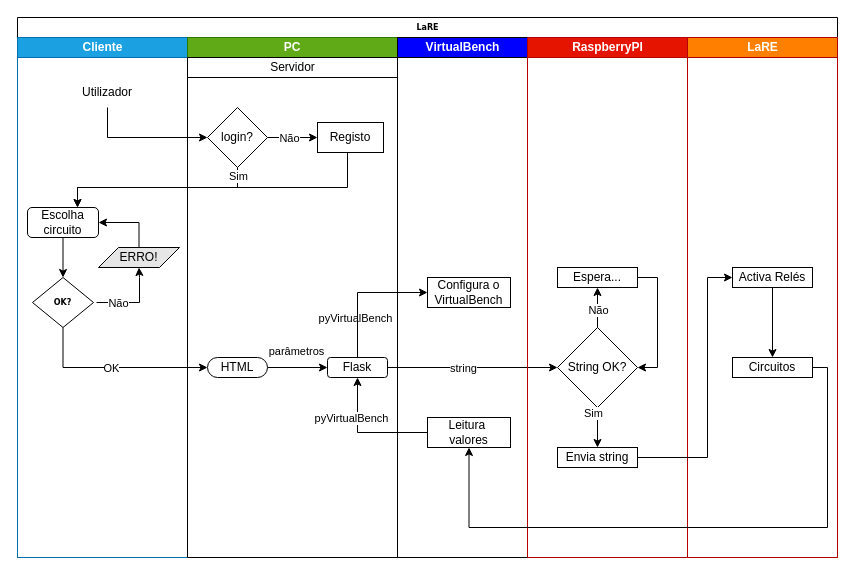
eddygrinder/LaRE keeps this draw.io diagram as diagramas/Diagrama_SOFTWARE.drawio. Above is the earlier version. Source tidied: cells renumbered, new cells numbered last; positions are measured from the earlier drawing's top-left corner, leaving out a move shared by most shapes. Both pictures are drawn from the tidied source at 100%, with x=0, y=0 at pixel (17, 17).
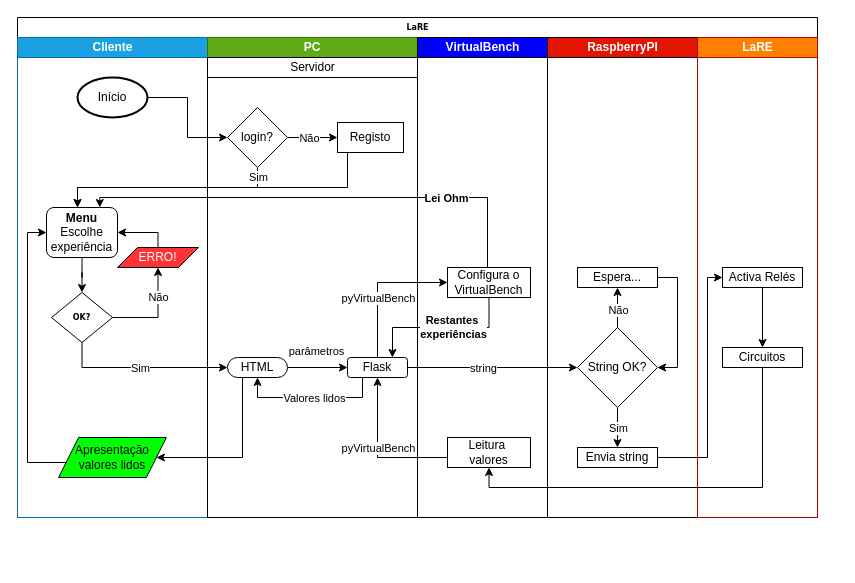
The same diagram, later.

Unchanged cells that the change refers to:
```xml
<mxCell id="18" value="login?" style="rhombus;whiteSpace=wrap;html=1;" parent="15" vertex="1">
  <mxGeometry x="20" y="50" width="60" height="60" as="geometry" />
</mxCell>
<mxCell id="22" value="HTML" style="rounded=1;whiteSpace=wrap;html=1;arcSize=50;" parent="15" vertex="1">
  <mxGeometry x="20" y="300" width="60" height="20" as="geometry" />
</mxCell>
<mxCell id="23" value="Flask" style="rounded=1;whiteSpace=wrap;html=1;" parent="15" vertex="1">
  <mxGeometry x="140" y="300" width="60" height="20" as="geometry" />
</mxCell>
<mxCell id="40" style="edgeStyle=orthogonalEdgeStyle;rounded=0;jettySize=auto;html=1;entryX=0.5;entryY=0;entryDx=0;entryDy=0;exitX=0.5;exitY=1;exitDx=0;exitDy=0;" parent="33" edge="1" source="36" target="39">
  <mxGeometry relative="1" as="geometry" />
</mxCell>
```

What changed in the source:
```diff
@@
     <mxCell id="2" value="LaRE" style="swimlane;html=1;startSize=20;rounded=0;shadow=0;labelBackgroundColor=none;strokeWidth=1;fontFamily=Verdana;fontSize=8;align=center;glass=0;" parent="1" vertex="1">
-      <mxGeometry width="820" height="540" as="geometry" />
+      <mxGeometry width="800" height="500" as="geometry" />
     </mxCell>
     <mxCell id="3" value="Cliente" style="swimlane;html=1;startSize=20;fillColor=#1ba1e2;fontColor=#ffffff;strokeColor=#006EAF;" parent="2" vertex="1">
-      <mxGeometry y="20" width="170" height="520" as="geometry" />
+      <mxGeometry y="20" width="190" height="480" as="geometry" />
     </mxCell>
-    <mxCell id="4" style="edgeStyle=orthogonalEdgeStyle;rounded=0;jettySize=auto;html=1;entryX=0.5;entryY=1;entryDx=0;entryDy=0;" parent="3" edge="1" target="11">
+    <mxCell id="4" style="edgeStyle=orthogonalEdgeStyle;rounded=0;jettySize=auto;html=1;entryX=0.5;entryY=1;entryDx=0;entryDy=0;exitX=1;exitY=0.5;exitDx=0;exitDy=0;" parent="3" edge="1" source="6" target="11">
       <mxGeometry relative="1" as="geometry">
-        <mxPoint x="79" y="265" as="sourcePoint" />
         <Array as="points">
-          <mxPoint x="122" y="265" />
-          <mxPoint x="122" y="240" />
-          <mxPoint x="122" y="240" />
+          <mxPoint x="141" y="280" />
         </Array>
       </mxGeometry>
     </mxCell>
     <mxCell id="5" value="Não" style="edgeLabel;html=1;align=center;verticalAlign=middle;" parent="4" vertex="1">
       <mxGeometry x="0.08" relative="1" as="geometry">
-        <mxPoint x="-21" as="offset" />
+        <mxPoint y="-14" as="offset" />
       </mxGeometry>
     </mxCell>
     <mxCell id="6" value="&lt;div&gt;&lt;b style=&quot;background-color: rgb(255, 255, 255);&quot;&gt;OK?&lt;/b&gt;&lt;/div&gt;" style="rhombus;whiteSpace=wrap;html=1;rounded=0;shadow=0;labelBackgroundColor=none;strokeWidth=1;fontFamily=Verdana;fontSize=8;align=center;" parent="3" vertex="1">
-      <mxGeometry x="15" y="240" width="61" height="50" as="geometry" />
+      <mxGeometry x="34" y="255" width="61" height="50" as="geometry" />
     </mxCell>
-    <mxCell id="7" value="Utilizador" style="text;html=1;strokeColor=none;fillColor=none;align=center;verticalAlign=middle;whiteSpace=wrap;rounded=0;" parent="3" vertex="1">
-      <mxGeometry x="60" y="40" width="60" height="30" as="geometry" />
-    </mxCell>
@@
-    <mxCell id="9" value="Escolha circuito" style="rounded=1;whiteSpace=wrap;html=1;" parent="3" vertex="1">
-      <mxGeometry x="10" y="170" width="71" height="30" as="geometry" />
+    <mxCell id="9" value="&lt;b&gt;Menu&lt;br&gt;&lt;/b&gt;Escolhe experiência" style="rounded=1;whiteSpace=wrap;html=1;" parent="3" vertex="1">
+      <mxGeometry x="29" y="170" width="71" height="50" as="geometry" />
     </mxCell>
     <mxCell id="10" style="edgeStyle=orthogonalEdgeStyle;rounded=0;jettySize=auto;html=1;exitX=0.5;exitY=0;exitDx=0;exitDy=0;entryX=1;entryY=0.5;entryDx=0;entryDy=0;" parent="3" edge="1" source="11" target="9">
-      <mxGeometry relative="1" as="geometry" />
+      <mxGeometry relative="1" as="geometry">
+        <Array as="points">
+          <mxPoint x="141" y="195" />
+        </Array>
+      </mxGeometry>
     </mxCell>
-    <mxCell id="11" value="ERRO!" style="shape=parallelogram;perimeter=parallelogramPerimeter;whiteSpace=wrap;html=1;fixedSize=1;fillColor=#E6E6E6;" parent="3" vertex="1">
-      <mxGeometry x="81" y="210" width="81" height="20" as="geometry" />
+    <mxCell id="11" value="&lt;font color=&quot;#ffffff&quot;&gt;ERRO!&lt;/font&gt;" style="shape=parallelogram;perimeter=parallelogramPerimeter;whiteSpace=wrap;html=1;fixedSize=1;fillColor=#FF3333;" parent="3" vertex="1">
+      <mxGeometry x="100" y="210" width="81" height="20" as="geometry" />
     </mxCell>
+    <mxCell id="54" style="edgeStyle=orthogonalEdgeStyle;rounded=0;jettySize=auto;html=1;entryX=0;entryY=0.5;entryDx=0;entryDy=0;exitX=0;exitY=0.5;exitDx=0;exitDy=0;" parent="3" edge="1" source="55" target="9">
+      <mxGeometry relative="1" as="geometry">
+        <Array as="points">
+          <mxPoint x="51" y="425" />
+          <mxPoint x="10" y="425" />
+          <mxPoint x="10" y="195" />
+        </Array>
+      </mxGeometry>
+    </mxCell>
+    <mxCell id="55" value="Apresentação valores lidos" style="shape=parallelogram;perimeter=parallelogramPerimeter;whiteSpace=wrap;html=1;fixedSize=1;fillColor=#00FF00;" parent="3" vertex="1">
+      <mxGeometry x="41.1" y="400" width="107.8" height="40" as="geometry" />
+    </mxCell>
+    <mxCell id="56" value="Início" style="strokeWidth=2;html=1;shape=mxgraph.flowchart.start_1;whiteSpace=wrap;" parent="3" vertex="1">
+      <mxGeometry x="60" y="40" width="70" height="40" as="geometry" />
+    </mxCell>
@@
     <mxCell id="14" value="PC" style="swimlane;whiteSpace=wrap;html=1;startSize=20;fillColor=#60a917;fontColor=#ffffff;strokeColor=#2D7600;" parent="2" vertex="1">
-      <mxGeometry x="170" y="20" width="210" height="520" as="geometry" />
+      <mxGeometry x="190" y="20" width="210" height="480" as="geometry" />
     </mxCell>
     <mxCell id="15" value="&lt;span style=&quot;font-weight: normal;&quot;&gt;Servidor&lt;/span&gt;" style="swimlane;html=1;startSize=20;" parent="14" vertex="1">
-      <mxGeometry y="20" width="210" height="500" as="geometry" />
+      <mxGeometry y="20" width="210" height="460" as="geometry" />
     </mxCell>
@@
-    <mxCell id="24" value="pyVirtualBench" style="edgeLabel;html=1;align=center;verticalAlign=middle;" parent="15" vertex="1">
-      <mxGeometry x="180" y="370" as="geometry">
-        <mxPoint x="-13" y="-110" as="offset" />
-      </mxGeometry>
-    </mxCell>
-    <mxCell id="25" style="endArrow=classic;html=1;rounded=0;entryX=0;entryY=0.5;entryDx=0;entryDy=0;exitX=0.5;exitY=1;exitDx=0;exitDy=0;" parent="2" edge="1" source="7" target="18">
-      <mxGeometry relative="1" as="geometry">
-        <Array as="points">
-          <mxPoint x="90" y="120" />
-        </Array>
-      </mxGeometry>
-    </mxCell>
+    <mxCell id="57" style="endArrow=classic;html=1;rounded=0;exitX=0.25;exitY=1;exitDx=0;exitDy=0;entryX=0.5;entryY=1;entryDx=0;entryDy=0;" parent="15" edge="1" source="23" target="22">
+      <mxGeometry relative="1" as="geometry">
+        <Array as="points">
+          <mxPoint x="155" y="340" />
+          <mxPoint x="50" y="340" />
+        </Array>
+      </mxGeometry>
+    </mxCell>
+    <mxCell id="58" value="Valores lidos" style="edgeLabel;html=1;align=center;verticalAlign=middle;" parent="57" vertex="1">
+      <mxGeometry x="0.55" relative="1" as="geometry">
+        <mxPoint x="43" as="offset" />
+      </mxGeometry>
+    </mxCell>
@@
     <mxCell id="28" style="edgeStyle=orthogonalEdgeStyle;rounded=0;jettySize=auto;html=1;entryX=0;entryY=0.5;entryDx=0;entryDy=0;exitX=0.5;exitY=1;exitDx=0;exitDy=0;" parent="2" edge="1" source="6" target="22">
       <mxGeometry relative="1" as="geometry">
         <Array as="points">
-          <mxPoint x="46" y="350" />
+          <mxPoint x="65" y="350" />
         </Array>
       </mxGeometry>
     </mxCell>
-    <mxCell id="29" value="OK" style="edgeLabel;html=1;align=center;verticalAlign=middle;" parent="28" vertex="1">
+    <mxCell id="29" value="Sim" style="edgeLabel;html=1;align=center;verticalAlign=middle;" parent="28" vertex="1">
       <mxGeometry x="-0.31" relative="1" as="geometry">
         <mxPoint x="24" as="offset" />
       </mxGeometry>
     </mxCell>
     <mxCell id="30" value="&lt;font style=&quot;&quot; color=&quot;#ffffff&quot;&gt;VirtualBench&lt;/font&gt;" style="swimlane;html=1;startSize=20;fillColor=#0000FF;" parent="2" vertex="1">
-      <mxGeometry x="380" y="20" width="130" height="520" as="geometry" />
+      <mxGeometry x="400" y="20" width="130" height="480" as="geometry" />
     </mxCell>
     <mxCell id="31" value="&lt;div&gt;&lt;span style=&quot;background-color: initial;&quot;&gt;Leitura&amp;nbsp;&lt;/span&gt;&lt;br&gt;&lt;/div&gt;&lt;div&gt;&lt;span style=&quot;background-color: initial;&quot;&gt;valores&lt;/span&gt;&lt;/div&gt;" style="whiteSpace=wrap;html=1;" parent="30" vertex="1">
-      <mxGeometry x="30" y="380" width="83" height="30" as="geometry" />
+      <mxGeometry x="30" y="400" width="83" height="30" as="geometry" />
     </mxCell>
     <mxCell id="32" value="&lt;div&gt;Configura o VirtualBench&lt;/div&gt;" style="whiteSpace=wrap;html=1;" parent="30" vertex="1">
-      <mxGeometry x="30" y="240" width="83" height="30" as="geometry" />
+      <mxGeometry x="30" y="230" width="83" height="30" as="geometry" />
     </mxCell>
-    <mxCell id="33" value="RaspberryPI" style="swimlane;html=1;startSize=20;fillColor=#e51400;fontColor=#ffffff;strokeColor=#B20000;" parent="2" vertex="1">
-      <mxGeometry x="510" y="20" width="160" height="520" as="geometry" />
+    <mxCell id="33" value="RaspberryPI" style="swimlane;html=1;startSize=20;fillColor=#e51400;fontColor=#ffffff;strokeColor=#000000;" parent="2" vertex="1">
+      <mxGeometry x="530" y="20" width="150" height="480" as="geometry" />
     </mxCell>
@@
     <mxCell id="41" value="Sim" style="edgeLabel;html=1;align=center;verticalAlign=middle;" parent="40" vertex="1">
       <mxGeometry x="-0.52" y="-5" relative="1" as="geometry">
-        <mxPoint y="-5" as="offset" />
+        <mxPoint x="5" y="10" as="offset" />
       </mxGeometry>
     </mxCell>
     <mxCell id="42" value="LaRE" style="swimlane;html=1;startSize=20;fillColor=#FF8000;fontColor=#ffffff;strokeColor=#B20000;" parent="2" vertex="1">
-      <mxGeometry x="670" y="20" width="150" height="520" as="geometry" />
+      <mxGeometry x="680" y="20" width="120" height="480" as="geometry" />
     </mxCell>
@@
     <mxCell id="44" value="Activa Relés" style="whiteSpace=wrap;html=1;" parent="42" vertex="1">
-      <mxGeometry x="45" y="230" width="80" height="20" as="geometry" />
+      <mxGeometry x="25" y="230" width="80" height="20" as="geometry" />
     </mxCell>
     <mxCell id="45" value="Circuitos" style="whiteSpace=wrap;html=1;" parent="42" vertex="1">
-      <mxGeometry x="45" y="320" width="80" height="20" as="geometry" />
+      <mxGeometry x="25" y="310" width="80" height="20" as="geometry" />
     </mxCell>
@@
     <mxCell id="47" style="edgeStyle=orthogonalEdgeStyle;rounded=0;jettySize=auto;html=1;entryX=0;entryY=0.5;entryDx=0;entryDy=0;exitX=0.5;exitY=0;exitDx=0;exitDy=0;" parent="2" edge="1" source="23" target="32">
       <mxGeometry relative="1" as="geometry">
         <Array as="points">
-          <mxPoint x="340" y="275" />
+          <mxPoint x="360" y="265" />
         </Array>
       </mxGeometry>
     </mxCell>
-    <mxCell id="48" style="edgeStyle=orthogonalEdgeStyle;rounded=0;jettySize=auto;html=1;entryX=0.5;entryY=1;entryDx=0;entryDy=0;" parent="2" edge="1" source="45" target="31">
-      <mxGeometry relative="1" as="geometry">
-        <Array as="points">
-          <mxPoint x="810" y="350" />
-          <mxPoint x="810" y="510" />
-          <mxPoint x="452" y="510" />
-          <mxPoint x="452" y="430" />
-        </Array>
-      </mxGeometry>
-    </mxCell>
+    <mxCell id="24" value="pyVirtualBench" style="edgeLabel;html=1;align=center;verticalAlign=middle;" parent="47" vertex="1">
+      <mxGeometry x="-0.28" y="-3" relative="1" as="geometry">
+        <mxPoint x="-3" y="-8" as="offset" />
+      </mxGeometry>
+    </mxCell>
     <mxCell id="49" style="edgeStyle=orthogonalEdgeStyle;rounded=0;jettySize=auto;html=1;entryX=0.5;entryY=1;entryDx=0;entryDy=0;" parent="2" edge="1" source="31" target="23">
-      <mxGeometry relative="1" as="geometry" />
+      <mxGeometry relative="1" as="geometry">
+        <Array as="points">
+          <mxPoint x="360" y="440" />
+        </Array>
+      </mxGeometry>
     </mxCell>
     <mxCell id="50" value="pyVirtualBench" style="edgeLabel;html=1;align=center;verticalAlign=middle;" parent="49" vertex="1">
       <mxGeometry x="0.04" y="3" relative="1" as="geometry">
-        <mxPoint x="-12" y="-18" as="offset" />
+        <mxPoint x="3" y="-2" as="offset" />
       </mxGeometry>
     </mxCell>
     <mxCell id="51" style="edgeStyle=orthogonalEdgeStyle;rounded=0;jettySize=auto;html=1;exitX=0.5;exitY=1;exitDx=0;exitDy=0;" parent="2" edge="1" source="18">
       <mxGeometry relative="1" as="geometry">
         <mxPoint x="60" y="190" as="targetPoint" />
         <Array as="points">
-          <mxPoint x="220" y="170" />
+          <mxPoint x="240" y="170" />
           <mxPoint x="60" y="170" />
         </Array>
       </mxGeometry>
     </mxCell>
@@
+    <mxCell id="59" style="edgeStyle=orthogonalEdgeStyle;rounded=0;jettySize=auto;html=1;exitX=0.25;exitY=1;exitDx=0;exitDy=0;entryX=1;entryY=0.5;entryDx=0;entryDy=0;" parent="2" edge="1" source="22" target="55">
+      <mxGeometry relative="1" as="geometry">
+        <Array as="points">
+          <mxPoint x="225" y="440" />
+        </Array>
+      </mxGeometry>
+    </mxCell>
+    <mxCell id="48" style="edgeStyle=orthogonalEdgeStyle;rounded=0;jettySize=auto;html=1;entryX=0.5;entryY=1;entryDx=0;entryDy=0;" parent="2" edge="1" source="45" target="31">
+      <mxGeometry relative="1" as="geometry">
+        <Array as="points">
+          <mxPoint x="745" y="470" />
+          <mxPoint x="472" y="470" />
+        </Array>
+      </mxGeometry>
+    </mxCell>
+    <mxCell id="60" style="edgeStyle=orthogonalEdgeStyle;rounded=0;jettySize=auto;html=1;entryX=0.75;entryY=0;entryDx=0;entryDy=0;" parent="2" edge="1" source="32" target="9">
+      <mxGeometry relative="1" as="geometry">
+        <Array as="points">
+          <mxPoint x="470" y="180" />
+          <mxPoint x="82" y="180" />
+        </Array>
+      </mxGeometry>
+    </mxCell>
+    <mxCell id="61" value="&lt;b&gt;Lei Ohm&lt;/b&gt;" style="edgeLabel;html=1;align=center;verticalAlign=middle;" parent="60" vertex="1">
+      <mxGeometry x="-0.52" relative="1" as="geometry" />
+    </mxCell>
+    <mxCell id="62" style="edgeStyle=orthogonalEdgeStyle;rounded=0;jettySize=auto;html=1;entryX=0;entryY=0.5;entryDx=0;entryDy=0;" parent="2" edge="1" source="56" target="18">
+      <mxGeometry relative="1" as="geometry" />
+    </mxCell>
+    <mxCell id="63" style="edgeStyle=orthogonalEdgeStyle;rounded=0;jettySize=auto;html=1;entryX=0.75;entryY=0;entryDx=0;entryDy=0;" parent="2" edge="1" source="32" target="23">
+      <mxGeometry relative="1" as="geometry">
+        <Array as="points">
+          <mxPoint x="472" y="310" />
+          <mxPoint x="375" y="310" />
+        </Array>
+      </mxGeometry>
+    </mxCell>
+    <mxCell id="64" value="&lt;b&gt;Restantes&amp;nbsp;&lt;/b&gt;&lt;div&gt;&lt;b&gt;experiências&lt;/b&gt;&lt;/div&gt;" style="edgeLabel;html=1;align=center;verticalAlign=middle;" parent="63" vertex="1">
+      <mxGeometry x="-0.04" y="-2" relative="1" as="geometry">
+        <mxPoint x="9" y="1" as="offset" />
+      </mxGeometry>
+    </mxCell>
```
